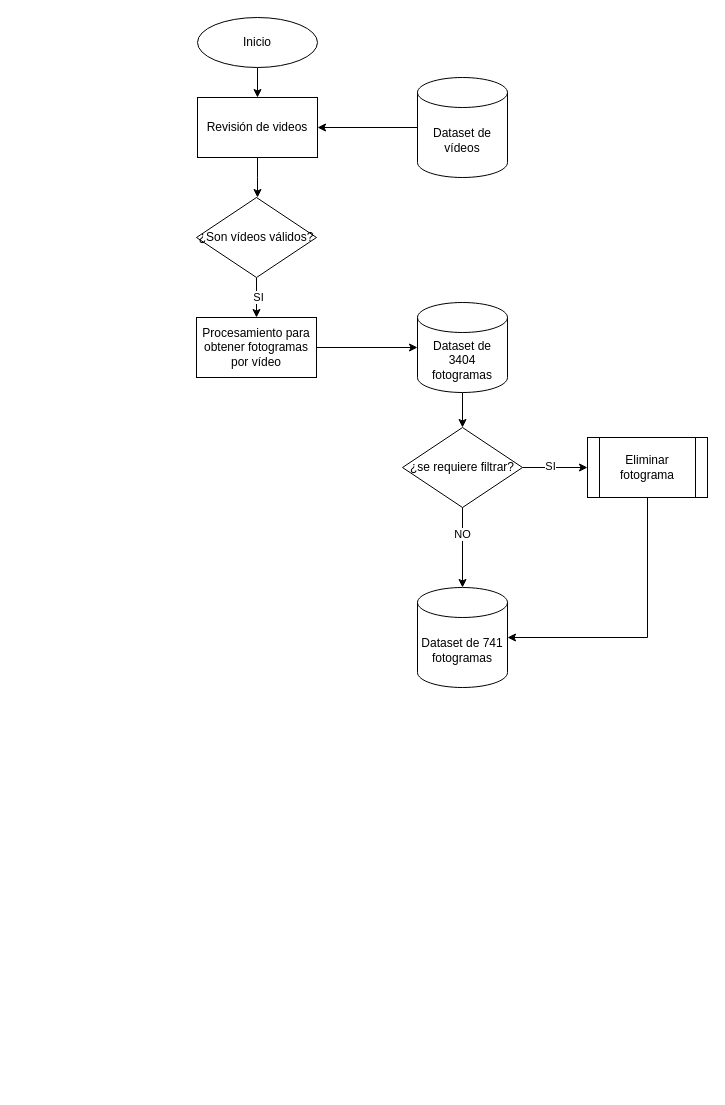
Earlier version of the draw.io diagram FlujoAntamina.drawio (VicManX/diagramas). Source tidied: cells renumbered, new cells numbered last; positions are measured from the earlier drawing's top-left corner, leaving out a move shared by most shapes. Both pictures are drawn from the tidied source at 100%, with x=0, y=0 at pixel (196, 17).
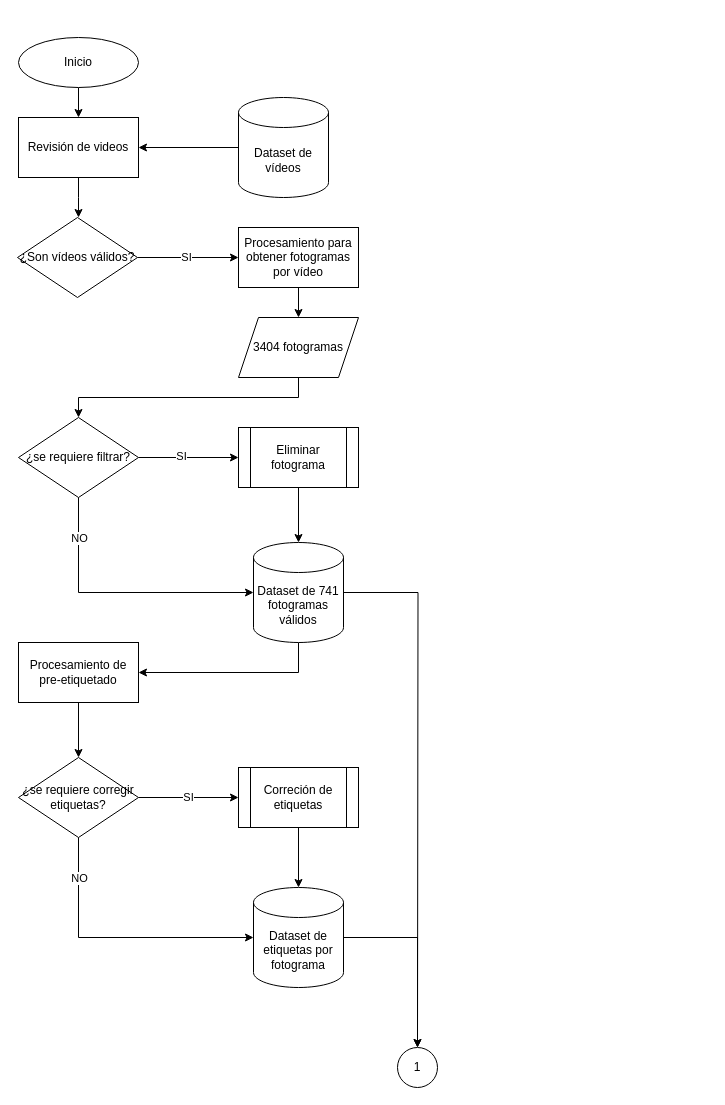
Above is the later version.

Diff of the diagram source:
```diff
@@
     <mxCell id="3" value="Inicio" style="ellipse;whiteSpace=wrap;html=1;" parent="1" vertex="1">
-      <mxGeometry x="1" width="120" height="50" as="geometry" />
+      <mxGeometry x="-178" y="20" width="120" height="50" as="geometry" />
     </mxCell>
     <mxCell id="4" style="edgeStyle=orthogonalEdgeStyle;rounded=0;jettySize=auto;html=1;" parent="1" edge="1" source="5">
       <mxGeometry relative="1" as="geometry">
-        <mxPoint x="61" y="180" as="targetPoint" />
+        <mxPoint x="-118" y="200" as="targetPoint" />
       </mxGeometry>
     </mxCell>
     <mxCell id="5" value="Revisión de videos" style="whiteSpace=wrap;html=1;" parent="1" vertex="1">
-      <mxGeometry x="1" y="80" width="120" height="60" as="geometry" />
+      <mxGeometry x="-178" y="100" width="120" height="60" as="geometry" />
     </mxCell>
@@
     <mxCell id="8" value="¿&lt;span style=&quot;background-color: initial;&quot;&gt;Son vídeos válidos?&lt;/span&gt;" style="rhombus;whiteSpace=wrap;html=1;" parent="1" vertex="1">
-      <mxGeometry y="180" width="120" height="80" as="geometry" />
+      <mxGeometry x="-179" y="200" width="120" height="80" as="geometry" />
     </mxCell>
     <mxCell id="9" value="Procesamiento para obtener fotogramas por vídeo" style="whiteSpace=wrap;html=1;" parent="1" vertex="1">
-      <mxGeometry y="300" width="120" height="60" as="geometry" />
+      <mxGeometry x="42" y="210" width="120" height="60" as="geometry" />
     </mxCell>
@@
     <mxCell id="12" value="¿se requiere filtrar?" style="rhombus;whiteSpace=wrap;html=1;" parent="1" vertex="1">
-      <mxGeometry x="206" y="410" width="120" height="80" as="geometry" />
+      <mxGeometry x="-178" y="400" width="120" height="80" as="geometry" />
     </mxCell>
-    <mxCell id="13" style="edgeStyle=orthogonalEdgeStyle;rounded=0;jettySize=auto;html=1;exitX=0.5;exitY=1;exitDx=0;exitDy=0;" parent="1" edge="1" source="12" target="15">
+    <mxCell id="13" style="edgeStyle=orthogonalEdgeStyle;rounded=0;jettySize=auto;html=1;exitX=0.5;exitY=1;exitDx=0;exitDy=0;entryX=0;entryY=0.5;entryDx=0;entryDy=0;entryPerimeter=0;" parent="1" edge="1" source="12" target="15">
       <mxGeometry relative="1" as="geometry" />
     </mxCell>
     <mxCell id="14" value="NO" style="edgeLabel;html=1;align=center;verticalAlign=middle;" parent="13" vertex="1">
-      <mxGeometry x="-0.35" y="-1" relative="1" as="geometry" />
+      <mxGeometry x="-0.35" y="-1" relative="1" as="geometry">
+        <mxPoint x="1" y="-48" as="offset" />
+      </mxGeometry>
     </mxCell>
+    <mxCell id="23" style="edgeStyle=orthogonalEdgeStyle;rounded=0;jettySize=auto;html=1;exitX=0.5;exitY=1;exitDx=0;exitDy=0;exitPerimeter=0;entryX=1;entryY=0.5;entryDx=0;entryDy=0;" parent="1" edge="1" source="15" target="26">
+      <mxGeometry relative="1" as="geometry" />
+    </mxCell>
+    <mxCell id="24" style="edgeStyle=orthogonalEdgeStyle;rounded=0;jettySize=auto;html=1;exitX=1;exitY=0.5;exitDx=0;exitDy=0;exitPerimeter=0;" parent="1" edge="1" source="15">
+      <mxGeometry relative="1" as="geometry">
+        <mxPoint x="221" y="1030" as="targetPoint" />
+      </mxGeometry>
+    </mxCell>
-    <mxCell id="15" value="Dataset de 741 fotogramas" style="shape=cylinder3;whiteSpace=wrap;html=1;boundedLbl=1;backgroundOutline=1;size=15;" parent="1" vertex="1">
-      <mxGeometry x="221" y="570" width="90" height="100" as="geometry" />
+    <mxCell id="15" value="Dataset de 741 fotogramas válidos" style="shape=cylinder3;whiteSpace=wrap;html=1;boundedLbl=1;backgroundOutline=1;size=15;" parent="1" vertex="1">
+      <mxGeometry x="57" y="525" width="90" height="100" as="geometry" />
     </mxCell>
@@
     <mxCell id="17" value="Dataset de vídeos" style="shape=cylinder3;whiteSpace=wrap;html=1;boundedLbl=1;backgroundOutline=1;size=15;" parent="1" vertex="1">
-      <mxGeometry x="221" y="60" width="90" height="100" as="geometry" />
+      <mxGeometry x="42" y="80" width="90" height="100" as="geometry" />
     </mxCell>
-    <mxCell id="18" style="edgeStyle=orthogonalEdgeStyle;rounded=0;jettySize=auto;html=1;exitX=0.5;exitY=1;exitDx=0;exitDy=0;exitPerimeter=0;entryX=0.5;entryY=0;entryDx=0;entryDy=0;" parent="1" edge="1" source="19" target="12">
+    <mxCell id="18" style="edgeStyle=orthogonalEdgeStyle;rounded=0;jettySize=auto;html=1;exitX=0.5;exitY=1;exitDx=0;exitDy=0;entryX=0.5;entryY=0;entryDx=0;entryDy=0;" parent="1" edge="1" source="35" target="12">
       <mxGeometry relative="1" as="geometry" />
     </mxCell>
-    <mxCell id="19" value="Dataset de 3404 fotogramas" style="shape=cylinder3;whiteSpace=wrap;html=1;boundedLbl=1;backgroundOutline=1;size=15;" parent="1" vertex="1">
-      <mxGeometry x="221" y="285" width="90" height="90" as="geometry" />
-    </mxCell>
-    <mxCell id="20" style="edgeStyle=orthogonalEdgeStyle;rounded=0;jettySize=auto;html=1;entryX=0;entryY=0.5;entryDx=0;entryDy=0;entryPerimeter=0;" parent="1" edge="1" source="9" target="19">
+    <mxCell id="20" style="edgeStyle=orthogonalEdgeStyle;rounded=0;jettySize=auto;html=1;entryX=0.5;entryY=0;entryDx=0;entryDy=0;" parent="1" edge="1" source="9" target="35">
       <mxGeometry relative="1" as="geometry" />
     </mxCell>
     <mxCell id="21" value="Eliminar fotograma" style="shape=process;whiteSpace=wrap;html=1;backgroundOutline=1;" parent="1" vertex="1">
-      <mxGeometry x="391" y="420" width="120" height="60" as="geometry" />
+      <mxGeometry x="42" y="410" width="120" height="60" as="geometry" />
     </mxCell>
-    <mxCell id="22" style="edgeStyle=orthogonalEdgeStyle;rounded=0;jettySize=auto;html=1;entryX=1;entryY=0.5;entryDx=0;entryDy=0;entryPerimeter=0;exitX=0.5;exitY=1;exitDx=0;exitDy=0;" parent="1" edge="1" source="21" target="15">
+    <mxCell id="22" style="edgeStyle=orthogonalEdgeStyle;rounded=0;jettySize=auto;html=1;entryX=0.5;entryY=0;entryDx=0;entryDy=0;entryPerimeter=0;exitX=0.5;exitY=1;exitDx=0;exitDy=0;" parent="1" edge="1" source="21" target="15">
       <mxGeometry relative="1" as="geometry" />
     </mxCell>
+    <mxCell id="25" style="edgeStyle=orthogonalEdgeStyle;rounded=0;jettySize=auto;html=1;exitX=0.5;exitY=1;exitDx=0;exitDy=0;entryX=0.5;entryY=0;entryDx=0;entryDy=0;" parent="1" edge="1" source="26" target="30">
+      <mxGeometry relative="1" as="geometry" />
+    </mxCell>
+    <mxCell id="26" value="Procesamiento de pre-etiquetado" style="whiteSpace=wrap;html=1;" parent="1" vertex="1">
+      <mxGeometry x="-178" y="625" width="120" height="60" as="geometry" />
+    </mxCell>
+    <mxCell id="27" style="edgeStyle=orthogonalEdgeStyle;rounded=0;jettySize=auto;html=1;entryX=0.5;entryY=0;entryDx=0;entryDy=0;" parent="1" edge="1" source="28" target="36">
+      <mxGeometry relative="1" as="geometry" />
+    </mxCell>
+    <mxCell id="28" value="Dataset de etiquetas por fotograma" style="shape=cylinder3;whiteSpace=wrap;html=1;boundedLbl=1;backgroundOutline=1;size=15;" parent="1" vertex="1">
+      <mxGeometry x="57" y="870" width="90" height="100" as="geometry" />
+    </mxCell>
+    <mxCell id="29" value="SI" style="edgeStyle=orthogonalEdgeStyle;rounded=0;jettySize=auto;html=1;entryX=0;entryY=0.5;entryDx=0;entryDy=0;" parent="1" edge="1" source="30" target="31">
+      <mxGeometry relative="1" as="geometry" />
+    </mxCell>
+    <mxCell id="30" value="¿se requiere corregir etiquetas?" style="rhombus;whiteSpace=wrap;html=1;" parent="1" vertex="1">
+      <mxGeometry x="-178" y="740" width="120" height="80" as="geometry" />
+    </mxCell>
+    <mxCell id="31" value="Correción de etiquetas" style="shape=process;whiteSpace=wrap;html=1;backgroundOutline=1;" parent="1" vertex="1">
+      <mxGeometry x="42" y="750" width="120" height="60" as="geometry" />
+    </mxCell>
+    <mxCell id="32" style="edgeStyle=orthogonalEdgeStyle;rounded=0;jettySize=auto;html=1;entryX=0.5;entryY=0;entryDx=0;entryDy=0;entryPerimeter=0;exitX=0.5;exitY=1;exitDx=0;exitDy=0;" parent="1" edge="1" source="31" target="28">
+      <mxGeometry relative="1" as="geometry" />
+    </mxCell>
+    <mxCell id="33" style="rounded=0;jettySize=auto;html=1;entryX=0;entryY=0.5;entryDx=0;entryDy=0;entryPerimeter=0;exitX=0.5;exitY=1;exitDx=0;exitDy=0;edgeStyle=orthogonalEdgeStyle;" parent="1" edge="1" source="30" target="28">
+      <mxGeometry relative="1" as="geometry" />
+    </mxCell>
+    <mxCell id="34" value="NO" style="edgeLabel;html=1;align=center;verticalAlign=middle;" parent="33" vertex="1">
+      <mxGeometry x="-0.03" y="-3" relative="1" as="geometry">
+        <mxPoint x="-33" y="-63" as="offset" />
+      </mxGeometry>
+    </mxCell>
+    <mxCell id="35" value="3404 fotogramas" style="shape=parallelogram;perimeter=parallelogramPerimeter;whiteSpace=wrap;html=1;fixedSize=1;" parent="1" vertex="1">
+      <mxGeometry x="42" y="300" width="120" height="60" as="geometry" />
+    </mxCell>
+    <mxCell id="36" value="1" style="ellipse;whiteSpace=wrap;html=1;" parent="1" vertex="1">
+      <mxGeometry x="201" y="1030" width="40" height="40" as="geometry" />
+    </mxCell>
```
